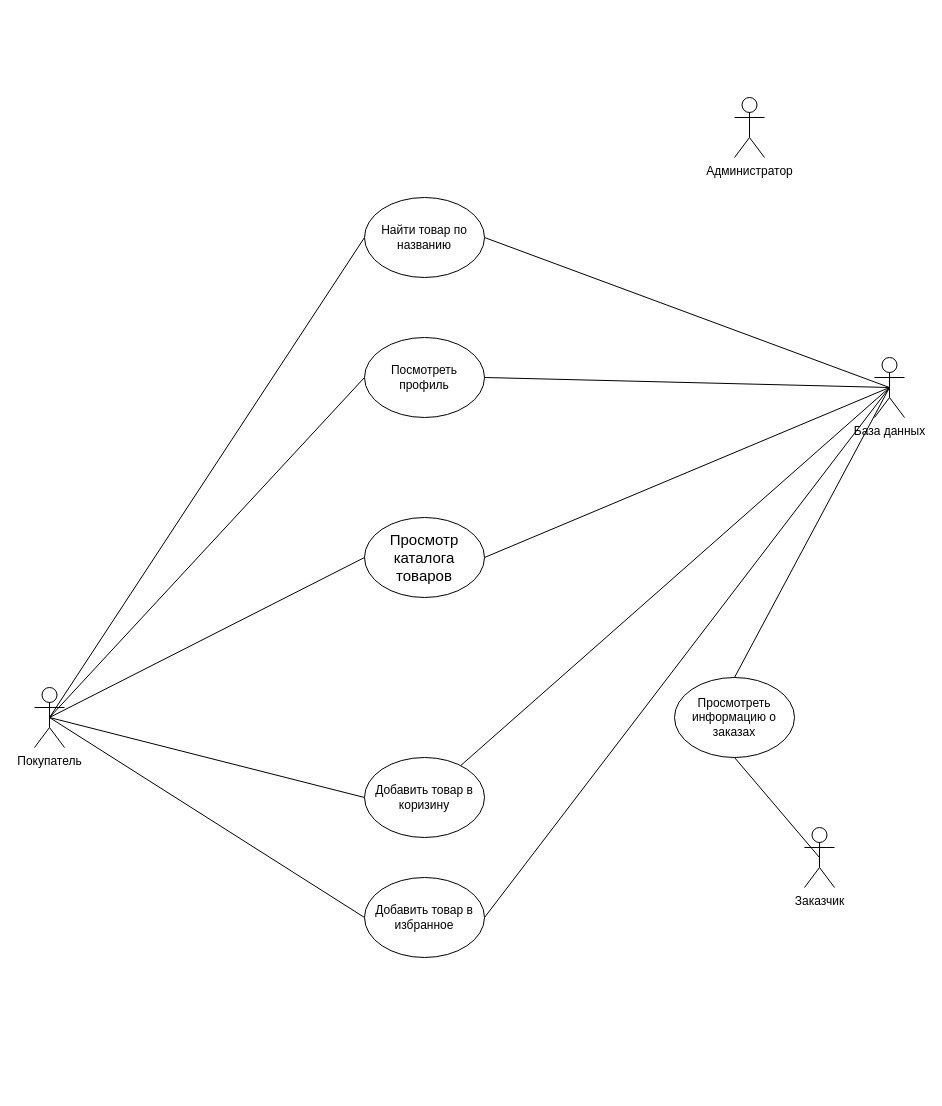
Earlier version of the draw.io diagram UseCaseDiagram.drawio (ConstructingSoftware/Labs). Source tidied: cells renumbered, new cells numbered last; positions are measured from the earlier drawing's top-left corner, leaving out a move shared by most shapes. Both pictures are drawn from the tidied source at 100%, with x=0, y=0 at pixel (34, 97).
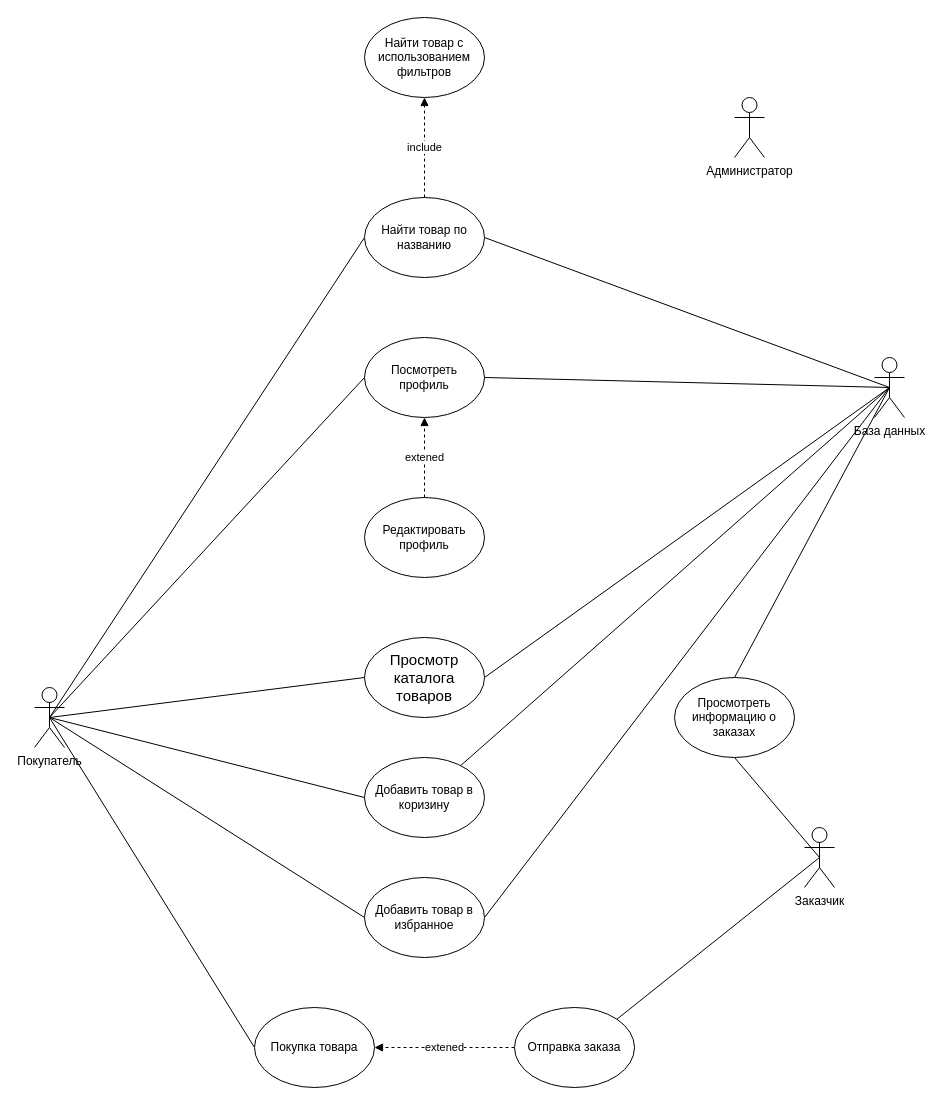
Above is the later version.

The change refers to these unchanged cells:
```xml
<mxCell id="7" value="Покупатель" style="shape=umlActor;verticalLabelPosition=bottom;verticalAlign=top;html=1;outlineConnect=0;" parent="1" vertex="1">
  <mxGeometry y="590" width="30" height="60" as="geometry" />
</mxCell>
<mxCell id="8" value="Посмотреть профиль" style="ellipse;whiteSpace=wrap;html=1;" parent="1" vertex="1">
  <mxGeometry x="330" y="240" width="120" height="80" as="geometry" />
</mxCell>
<mxCell id="17" value="Найти товар по названию" style="ellipse;whiteSpace=wrap;html=1;" parent="1" vertex="1">
  <mxGeometry x="330" y="100" width="120" height="80" as="geometry" />
</mxCell>
<mxCell id="19" value="Заказчик" style="shape=umlActor;verticalLabelPosition=bottom;verticalAlign=top;html=1;outlineConnect=0;" parent="1" vertex="1">
  <mxGeometry x="770" y="730" width="30" height="60" as="geometry" />
</mxCell>
```

The edit, as a diff of the source:
```diff
@@
+    <mxCell id="24" style="edgeStyle=none;rounded=0;jettySize=auto;html=1;exitX=0.5;exitY=0.5;exitDx=0;exitDy=0;exitPerimeter=0;entryX=0;entryY=0.5;entryDx=0;entryDy=0;endArrow=none;endFill=0;" parent="1" edge="1" source="7" target="27">
+      <mxGeometry relative="1" as="geometry" />
+    </mxCell>
@@
     <mxCell id="15" value="&lt;span style=&quot;font-family: &amp;quot;YS Text&amp;quot;; font-size: 15px; text-align: left; background-color: rgb(255, 255, 255);&quot;&gt;Просмотр каталога товаров&lt;/span&gt;" style="ellipse;whiteSpace=wrap;html=1;" parent="1" vertex="1">
-      <mxGeometry x="330" y="420" width="120" height="80" as="geometry" />
+      <mxGeometry x="330" y="540" width="120" height="80" as="geometry" />
     </mxCell>
@@
+    <mxCell id="25" value="include" style="edgeStyle=none;rounded=0;jettySize=auto;html=1;exitX=0.5;exitY=0;exitDx=0;exitDy=0;entryX=0.5;entryY=1;entryDx=0;entryDy=0;dashed=1;endArrow=block;endFill=1;" parent="1" edge="1" source="17" target="31">
+      <mxGeometry relative="1" as="geometry" />
+    </mxCell>
@@
+    <mxCell id="26" style="edgeStyle=none;rounded=0;jettySize=auto;html=1;exitX=0.5;exitY=0.5;exitDx=0;exitDy=0;exitPerimeter=0;entryX=1;entryY=0;entryDx=0;entryDy=0;endArrow=none;endFill=0;" parent="1" edge="1" source="19" target="30">
+      <mxGeometry relative="1" as="geometry" />
+    </mxCell>
@@
+    <mxCell id="27" value="Покупка товара" style="ellipse;whiteSpace=wrap;html=1;" parent="1" vertex="1">
+      <mxGeometry x="220" y="910" width="120" height="80" as="geometry" />
+    </mxCell>
+    <mxCell id="28" style="edgeStyle=none;rounded=0;orthogonalLoop=1;jettySize=auto;html=1;exitX=0.5;exitY=1;exitDx=0;exitDy=0;endArrow=none;endFill=0;" parent="1" edge="1" source="27" target="27">
+      <mxGeometry relative="1" as="geometry" />
+    </mxCell>
+    <mxCell id="29" value="extened" style="edgeStyle=none;rounded=0;jettySize=auto;html=1;exitX=0;exitY=0.5;exitDx=0;exitDy=0;entryX=1;entryY=0.5;entryDx=0;entryDy=0;endArrow=block;endFill=1;dashed=1;" parent="1" edge="1" source="30" target="27">
+      <mxGeometry relative="1" as="geometry" />
+    </mxCell>
+    <mxCell id="30" value="Отправка заказа" style="ellipse;whiteSpace=wrap;html=1;" parent="1" vertex="1">
+      <mxGeometry x="480" y="910" width="120" height="80" as="geometry" />
+    </mxCell>
+    <mxCell id="31" value="Найти товар с использованием фильтров" style="ellipse;whiteSpace=wrap;html=1;" parent="1" vertex="1">
+      <mxGeometry x="330" y="-80" width="120" height="80" as="geometry" />
+    </mxCell>
+    <mxCell id="32" value="extened" style="edgeStyle=none;rounded=0;jettySize=auto;html=1;exitX=0.5;exitY=0;exitDx=0;exitDy=0;entryX=0.5;entryY=1;entryDx=0;entryDy=0;dashed=1;endArrow=block;endFill=1;" parent="1" edge="1" source="33" target="8">
+      <mxGeometry relative="1" as="geometry" />
+    </mxCell>
+    <mxCell id="33" value="Редактировать профиль" style="ellipse;whiteSpace=wrap;html=1;" parent="1" vertex="1">
+      <mxGeometry x="330" y="400" width="120" height="80" as="geometry" />
+    </mxCell>
```
